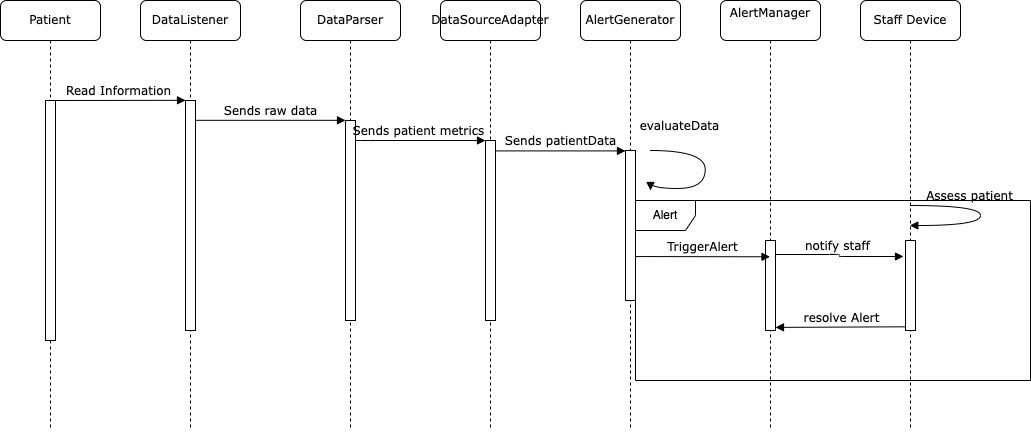
This is uml_models/Sequence_UML.png from Daionyos/signal_project_69, a draw.io export, as it was before one commit. Source tidied: cells renumbered, new cells last; positions are measured from the earlier drawing's top-left corner, leaving out a move shared by most shapes.
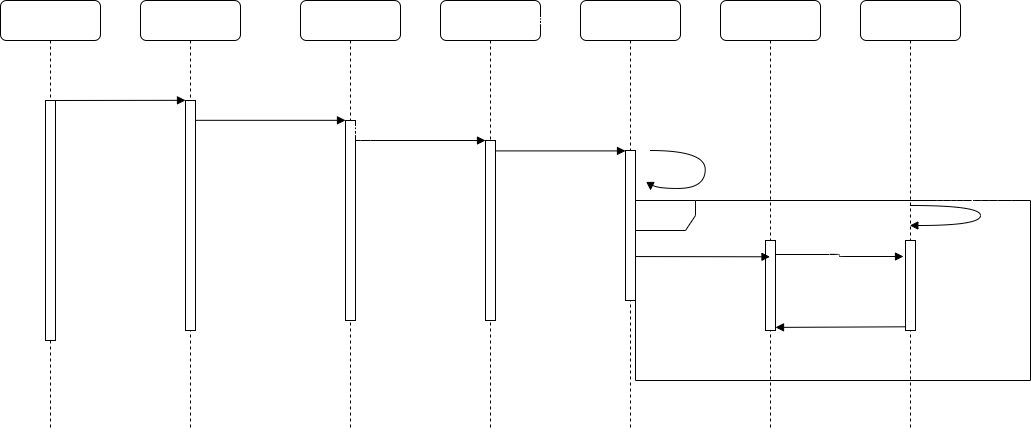
The same diagram one commit later.

Commit message:
dıagram edıt

Diff of the diagram source:
```diff
@@ -2,74 +2,74 @@
   <root>
     <mxCell id="0" />
     <mxCell id="1" parent="0" />
-    <mxCell id="2" value="DataListener" style="shape=umlLifeline;perimeter=lifelinePerimeter;whiteSpace=wrap;html=1;rounded=1;shadow=0;comic=0;labelBackgroundColor=none;strokeWidth=1;fontFamily=Verdana;fontSize=12;align=center;strokeColor=#000000;" parent="1" vertex="1">
+    <mxCell id="2" value="DataListener" style="shape=umlLifeline;perimeter=lifelinePerimeter;whiteSpace=wrap;html=1;rounded=1;shadow=0;comic=0;labelBackgroundColor=none;strokeWidth=1;fontFamily=Verdana;fontSize=12;align=center;strokeColor=#000000;fontColor=#FFFFFF;" parent="1" vertex="1">
       <mxGeometry x="140" width="100" height="430" as="geometry" />
     </mxCell>
-    <mxCell id="3" style="html=1;points=[];perimeter=orthogonalPerimeter;rounded=0;shadow=0;comic=0;labelBackgroundColor=none;strokeWidth=1;fontFamily=Verdana;fontSize=12;align=center;strokeColor=#000000;" parent="2" vertex="1">
+    <mxCell id="3" style="html=1;points=[];perimeter=orthogonalPerimeter;rounded=0;shadow=0;comic=0;labelBackgroundColor=none;strokeWidth=1;fontFamily=Verdana;fontSize=12;align=center;strokeColor=#000000;fontColor=#FFFFFF;" parent="2" vertex="1">
       <mxGeometry x="45" y="100" width="10" height="230" as="geometry" />
     </mxCell>
-    <mxCell id="4" value="DataParser" style="shape=umlLifeline;perimeter=lifelinePerimeter;whiteSpace=wrap;html=1;rounded=1;shadow=0;comic=0;labelBackgroundColor=none;strokeWidth=1;fontFamily=Verdana;fontSize=12;align=center;strokeColor=#000000;" parent="1" vertex="1">
+    <mxCell id="4" value="DataParser" style="shape=umlLifeline;perimeter=lifelinePerimeter;whiteSpace=wrap;html=1;rounded=1;shadow=0;comic=0;labelBackgroundColor=none;strokeWidth=1;fontFamily=Verdana;fontSize=12;align=center;strokeColor=#000000;fontColor=#FFFFFF;" parent="1" vertex="1">
       <mxGeometry x="300" width="100" height="430" as="geometry" />
     </mxCell>
-    <mxCell id="5" style="html=1;points=[];perimeter=orthogonalPerimeter;rounded=0;shadow=0;comic=0;labelBackgroundColor=none;strokeWidth=1;fontFamily=Verdana;fontSize=12;align=center;strokeColor=#000000;" parent="4" vertex="1">
+    <mxCell id="5" style="html=1;points=[];perimeter=orthogonalPerimeter;rounded=0;shadow=0;comic=0;labelBackgroundColor=none;strokeWidth=1;fontFamily=Verdana;fontSize=12;align=center;strokeColor=#000000;fontColor=#FFFFFF;" parent="4" vertex="1">
       <mxGeometry x="45" y="120" width="10" height="200" as="geometry" />
     </mxCell>
-    <mxCell id="6" value="DataSourceAdapter" style="shape=umlLifeline;perimeter=lifelinePerimeter;whiteSpace=wrap;html=1;rounded=1;shadow=0;comic=0;labelBackgroundColor=none;strokeWidth=1;fontFamily=Verdana;fontSize=12;align=center;strokeColor=#000000;" parent="1" vertex="1">
+    <mxCell id="6" value="DataSourceAdapter" style="shape=umlLifeline;perimeter=lifelinePerimeter;whiteSpace=wrap;html=1;rounded=1;shadow=0;comic=0;labelBackgroundColor=none;strokeWidth=1;fontFamily=Verdana;fontSize=12;align=center;strokeColor=#000000;fontColor=#FFFFFF;" parent="1" vertex="1">
       <mxGeometry x="440" width="100" height="430" as="geometry" />
     </mxCell>
-    <mxCell id="7" value="AlertGenerator" style="shape=umlLifeline;perimeter=lifelinePerimeter;whiteSpace=wrap;html=1;rounded=1;shadow=0;comic=0;labelBackgroundColor=none;strokeWidth=1;fontFamily=Verdana;fontSize=12;align=center;strokeColor=#000000;" parent="1" vertex="1">
+    <mxCell id="7" value="AlertGenerator" style="shape=umlLifeline;perimeter=lifelinePerimeter;whiteSpace=wrap;html=1;rounded=1;shadow=0;comic=0;labelBackgroundColor=none;strokeWidth=1;fontFamily=Verdana;fontSize=12;align=center;strokeColor=#000000;fontColor=#FFFFFF;" parent="1" vertex="1">
       <mxGeometry x="580" width="100" height="430" as="geometry" />
     </mxCell>
-    <mxCell id="8" value="&amp;nbsp;Alert&amp;nbsp;" style="shape=umlFrame;whiteSpace=wrap;html=1;strokeColor=#000000;" parent="7" vertex="1">
+    <mxCell id="8" value="&amp;nbsp;Alert&amp;nbsp;" style="shape=umlFrame;whiteSpace=wrap;html=1;strokeColor=#000000;fontColor=#FFFFFF;" parent="7" vertex="1">
       <mxGeometry x="55" y="200" width="395" height="180" as="geometry" />
     </mxCell>
-    <mxCell id="9" value="AlertManager&lt;div&gt;&lt;br&gt;&lt;/div&gt;" style="shape=umlLifeline;perimeter=lifelinePerimeter;whiteSpace=wrap;html=1;outlineConnect=0;rounded=1;shadow=0;comic=0;labelBackgroundColor=none;strokeWidth=1;fontFamily=Verdana;fontSize=12;align=center;strokeColor=#000000;" parent="1" vertex="1">
+    <mxCell id="9" value="AlertManager&lt;div&gt;&lt;br&gt;&lt;/div&gt;" style="shape=umlLifeline;perimeter=lifelinePerimeter;whiteSpace=wrap;html=1;outlineConnect=0;rounded=1;shadow=0;comic=0;labelBackgroundColor=none;strokeWidth=1;fontFamily=Verdana;fontSize=12;align=center;strokeColor=#000000;fontColor=#FFFFFF;" parent="1" vertex="1">
       <mxGeometry x="720" width="100" height="430" as="geometry" />
     </mxCell>
-    <mxCell id="10" style="html=1;points=[];perimeter=orthogonalPerimeter;rounded=0;shadow=0;comic=0;labelBackgroundColor=none;strokeColor=#000000;strokeWidth=1;fillColor=#FFFFFF;fontFamily=Verdana;fontSize=12;fontColor=#000000;align=center;" parent="9" vertex="1">
+    <mxCell id="10" style="html=1;points=[];perimeter=orthogonalPerimeter;rounded=0;shadow=0;comic=0;labelBackgroundColor=none;strokeColor=#000000;strokeWidth=1;fillColor=#FFFFFF;fontFamily=Verdana;fontSize=12;fontColor=#FFFFFF;align=center;" parent="9" vertex="1">
       <mxGeometry x="45" y="240" width="10" height="90" as="geometry" />
     </mxCell>
-    <mxCell id="11" value="Staff Device" style="shape=umlLifeline;perimeter=lifelinePerimeter;whiteSpace=wrap;html=1;outlineConnect=0;rounded=1;shadow=0;comic=0;labelBackgroundColor=none;strokeWidth=1;fontFamily=Verdana;fontSize=12;align=center;strokeColor=#000000;" parent="1" vertex="1">
+    <mxCell id="11" value="Staff Device" style="shape=umlLifeline;perimeter=lifelinePerimeter;whiteSpace=wrap;html=1;outlineConnect=0;rounded=1;shadow=0;comic=0;labelBackgroundColor=none;strokeWidth=1;fontFamily=Verdana;fontSize=12;align=center;strokeColor=#000000;fontColor=#FFFFFF;" parent="1" vertex="1">
       <mxGeometry x="860" width="100" height="430" as="geometry" />
     </mxCell>
-    <mxCell id="12" value="notify staff&amp;nbsp;" style="html=1;verticalAlign=bottom;endArrow=block;entryX=-0.2;entryY=0.6;labelBackgroundColor=none;fontFamily=Verdana;fontSize=12;edgeStyle=elbowEdgeStyle;elbow=horizontal;entryDx=0;entryDy=0;entryPerimeter=0;exitX=1.01;exitY=0.707;exitDx=0;exitDy=0;exitPerimeter=0;strokeColor=#000000;" parent="11" edge="1">
+    <mxCell id="12" value="notify staff&amp;nbsp;" style="html=1;verticalAlign=bottom;endArrow=block;entryX=-0.2;entryY=0.6;labelBackgroundColor=none;fontFamily=Verdana;fontSize=12;edgeStyle=elbowEdgeStyle;elbow=horizontal;entryDx=0;entryDy=0;entryPerimeter=0;exitX=1.01;exitY=0.707;exitDx=0;exitDy=0;exitPerimeter=0;strokeColor=#000000;fontColor=#FFFFFF;" parent="11" edge="1">
       <mxGeometry relative="1" as="geometry">
         <mxPoint x="-85" y="254" as="sourcePoint" />
         <mxPoint x="43" y="256" as="targetPoint" />
       </mxGeometry>
     </mxCell>
-    <mxCell id="13" style="html=1;points=[];perimeter=orthogonalPerimeter;rounded=0;shadow=0;comic=0;labelBackgroundColor=none;strokeColor=#000000;strokeWidth=1;fillColor=#FFFFFF;fontFamily=Verdana;fontSize=12;fontColor=#000000;align=center;" parent="11" vertex="1">
+    <mxCell id="13" style="html=1;points=[];perimeter=orthogonalPerimeter;rounded=0;shadow=0;comic=0;labelBackgroundColor=none;strokeColor=#000000;strokeWidth=1;fillColor=#FFFFFF;fontFamily=Verdana;fontSize=12;fontColor=#FFFFFF;align=center;" parent="11" vertex="1">
       <mxGeometry x="45" y="240" width="10" height="90" as="geometry" />
     </mxCell>
-    <mxCell id="14" value="Patient" style="shape=umlLifeline;perimeter=lifelinePerimeter;whiteSpace=wrap;html=1;rounded=1;shadow=0;comic=0;labelBackgroundColor=none;strokeWidth=1;fontFamily=Verdana;fontSize=12;align=center;strokeColor=#000000;" parent="1" vertex="1">
+    <mxCell id="14" value="Patient" style="shape=umlLifeline;perimeter=lifelinePerimeter;whiteSpace=wrap;html=1;rounded=1;shadow=0;comic=0;labelBackgroundColor=none;strokeWidth=1;fontFamily=Verdana;fontSize=12;align=center;strokeColor=#000000;fontColor=#FFFFFF;" parent="1" vertex="1">
       <mxGeometry width="100" height="430" as="geometry" />
     </mxCell>
-    <mxCell id="15" style="html=1;points=[];perimeter=orthogonalPerimeter;rounded=0;shadow=0;comic=0;labelBackgroundColor=none;strokeWidth=1;fontFamily=Verdana;fontSize=12;align=center;strokeColor=#000000;" parent="14" vertex="1">
+    <mxCell id="15" style="html=1;points=[];perimeter=orthogonalPerimeter;rounded=0;shadow=0;comic=0;labelBackgroundColor=none;strokeWidth=1;fontFamily=Verdana;fontSize=12;align=center;strokeColor=#000000;fontColor=#FFFFFF;" parent="14" vertex="1">
       <mxGeometry x="45" y="100" width="10" height="240" as="geometry" />
     </mxCell>
-    <mxCell id="16" style="html=1;points=[];perimeter=orthogonalPerimeter;rounded=0;shadow=0;comic=0;labelBackgroundColor=none;strokeWidth=1;fontFamily=Verdana;fontSize=12;align=center;strokeColor=#000000;" parent="1" vertex="1">
+    <mxCell id="16" style="html=1;points=[];perimeter=orthogonalPerimeter;rounded=0;shadow=0;comic=0;labelBackgroundColor=none;strokeWidth=1;fontFamily=Verdana;fontSize=12;align=center;strokeColor=#000000;fontColor=#FFFFFF;" parent="1" vertex="1">
       <mxGeometry x="485" y="140" width="10" height="180" as="geometry" />
     </mxCell>
-    <mxCell id="17" value="Sends patient metrics&amp;nbsp;" style="html=1;verticalAlign=bottom;endArrow=block;labelBackgroundColor=none;fontFamily=Verdana;fontSize=12;edgeStyle=elbowEdgeStyle;elbow=vertical;strokeColor=#000000;" parent="1" edge="1" source="5" target="16">
+    <mxCell id="17" value="Sends patient metrics&amp;nbsp;" style="html=1;verticalAlign=bottom;endArrow=block;labelBackgroundColor=none;fontFamily=Verdana;fontSize=12;edgeStyle=elbowEdgeStyle;elbow=vertical;strokeColor=#000000;fontColor=#FFFFFF;" parent="1" edge="1" source="5" target="16">
       <mxGeometry relative="1" as="geometry">
         <Array as="points">
           <mxPoint x="360" y="140" />
         </Array>
       </mxGeometry>
     </mxCell>
-    <mxCell id="18" style="html=1;points=[];perimeter=orthogonalPerimeter;rounded=0;shadow=0;comic=0;labelBackgroundColor=none;strokeWidth=1;fontFamily=Verdana;fontSize=12;align=center;strokeColor=#000000;" parent="1" vertex="1">
+    <mxCell id="18" style="html=1;points=[];perimeter=orthogonalPerimeter;rounded=0;shadow=0;comic=0;labelBackgroundColor=none;strokeWidth=1;fontFamily=Verdana;fontSize=12;align=center;strokeColor=#000000;fontColor=#FFFFFF;" parent="1" vertex="1">
       <mxGeometry x="625" y="150" width="10" height="150" as="geometry" />
     </mxCell>
-    <mxCell id="19" value="Sends patientData" style="html=1;verticalAlign=bottom;endArrow=block;entryX=0;entryY=0;labelBackgroundColor=none;fontFamily=Verdana;fontSize=12;edgeStyle=elbowEdgeStyle;elbow=vertical;strokeColor=#000000;" parent="1" edge="1" source="16" target="18">
+    <mxCell id="19" value="Sends patientData" style="html=1;verticalAlign=bottom;endArrow=block;entryX=0;entryY=0;labelBackgroundColor=none;fontFamily=Verdana;fontSize=12;edgeStyle=elbowEdgeStyle;elbow=vertical;strokeColor=#000000;fontColor=#FFFFFF;" parent="1" edge="1" source="16" target="18">
       <mxGeometry relative="1" as="geometry" />
     </mxCell>
-    <mxCell id="20" value="Read Information" style="html=1;verticalAlign=bottom;endArrow=block;entryX=0;entryY=0;labelBackgroundColor=none;fontFamily=Verdana;fontSize=12;edgeStyle=elbowEdgeStyle;elbow=vertical;strokeColor=#000000;" parent="1" edge="1" source="15" target="3">
+    <mxCell id="20" value="Read Information" style="html=1;verticalAlign=bottom;endArrow=block;entryX=0;entryY=0;labelBackgroundColor=none;fontFamily=Verdana;fontSize=12;edgeStyle=elbowEdgeStyle;elbow=vertical;strokeColor=#000000;fontColor=#FFFFFF;" parent="1" edge="1" source="15" target="3">
       <mxGeometry relative="1" as="geometry" />
     </mxCell>
-    <mxCell id="21" value="Sends raw data" style="html=1;verticalAlign=bottom;endArrow=block;entryX=0;entryY=0;labelBackgroundColor=none;fontFamily=Verdana;fontSize=12;edgeStyle=elbowEdgeStyle;elbow=vertical;strokeColor=#000000;" parent="1" edge="1" source="3" target="5">
+    <mxCell id="21" value="Sends raw data" style="html=1;verticalAlign=bottom;endArrow=block;entryX=0;entryY=0;labelBackgroundColor=none;fontFamily=Verdana;fontSize=12;edgeStyle=elbowEdgeStyle;elbow=vertical;strokeColor=#000000;fontColor=#FFFFFF;" parent="1" edge="1" source="3" target="5">
       <mxGeometry relative="1" as="geometry" />
     </mxCell>
-    <mxCell id="22" value="evaluateData&lt;div&gt;&lt;br&gt;&lt;/div&gt;" style="html=1;verticalAlign=bottom;endArrow=block;labelBackgroundColor=none;fontFamily=Verdana;fontSize=12;elbow=vertical;edgeStyle=orthogonalEdgeStyle;curved=1;exitX=1.038;exitY=0.345;exitPerimeter=0;strokeColor=#000000;" parent="1" edge="1">
+    <mxCell id="22" value="evaluateData&lt;div&gt;&lt;br&gt;&lt;/div&gt;" style="html=1;verticalAlign=bottom;endArrow=block;labelBackgroundColor=none;fontFamily=Verdana;fontSize=12;elbow=vertical;edgeStyle=orthogonalEdgeStyle;curved=1;exitX=1.038;exitY=0.345;exitPerimeter=0;strokeColor=#000000;fontColor=#FFFFFF;" parent="1" edge="1">
       <mxGeometry x="-0.6" relative="1" as="geometry">
         <mxPoint x="650" y="150" as="sourcePoint" />
         <mxPoint x="650" y="190" as="targetPoint" />
@@ -79,13 +79,13 @@
         </Array>
       </mxGeometry>
     </mxCell>
-    <mxCell id="23" value="TriggerAlert" style="html=1;verticalAlign=bottom;endArrow=block;labelBackgroundColor=none;fontFamily=Verdana;fontSize=12;edgeStyle=elbowEdgeStyle;elbow=vertical;exitX=1.01;exitY=0.707;exitDx=0;exitDy=0;exitPerimeter=0;strokeColor=#000000;" parent="1" edge="1" source="18" target="9">
+    <mxCell id="23" value="TriggerAlert" style="html=1;verticalAlign=bottom;endArrow=block;labelBackgroundColor=none;fontFamily=Verdana;fontSize=12;edgeStyle=elbowEdgeStyle;elbow=vertical;exitX=1.01;exitY=0.707;exitDx=0;exitDy=0;exitPerimeter=0;strokeColor=#000000;fontColor=#FFFFFF;" parent="1" edge="1" source="18" target="9">
       <mxGeometry relative="1" as="geometry" />
     </mxCell>
-    <mxCell id="24" value="&lt;div&gt;Assess patient&lt;/div&gt;" style="html=1;verticalAlign=bottom;endArrow=block;labelBackgroundColor=none;fontFamily=Verdana;fontSize=12;elbow=vertical;edgeStyle=orthogonalEdgeStyle;curved=1;strokeColor=#000000;" parent="1" edge="1" source="11" target="11">
+    <mxCell id="24" value="&lt;div&gt;Assess patient&lt;/div&gt;" style="html=1;verticalAlign=bottom;endArrow=block;labelBackgroundColor=none;fontFamily=Verdana;fontSize=12;elbow=vertical;edgeStyle=orthogonalEdgeStyle;curved=1;strokeColor=#000000;fontColor=#FFFFFF;" parent="1" edge="1" source="11" target="11">
       <mxGeometry x="-0.25" relative="1" as="geometry" />
     </mxCell>
-    <mxCell id="25" value="resolve Alert" style="html=1;verticalAlign=bottom;endArrow=block;labelBackgroundColor=none;fontFamily=Verdana;fontSize=12;edgeStyle=elbowEdgeStyle;elbow=vertical;exitX=-0.024;exitY=0.959;exitDx=0;exitDy=0;exitPerimeter=0;strokeColor=#000000;" parent="1" edge="1" source="13" target="10">
+    <mxCell id="25" value="resolve Alert" style="html=1;verticalAlign=bottom;endArrow=block;labelBackgroundColor=none;fontFamily=Verdana;fontSize=12;edgeStyle=elbowEdgeStyle;elbow=vertical;exitX=-0.024;exitY=0.959;exitDx=0;exitDy=0;exitPerimeter=0;strokeColor=#000000;fontColor=#FFFFFF;" parent="1" edge="1" source="13" target="10">
       <mxGeometry relative="1" as="geometry" />
     </mxCell>
   </root>
```
